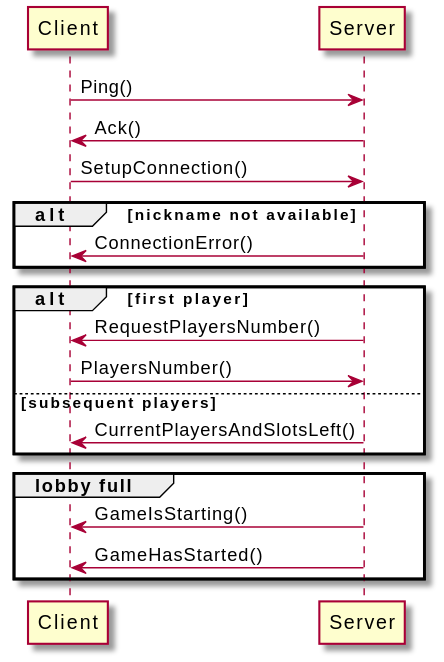
This is InitialSqDiagram/Connection.svg from marcofasa/ing-sw-2021-Fasanella-Maggioni-Manini, a PlantUML export, as it was before one commit.
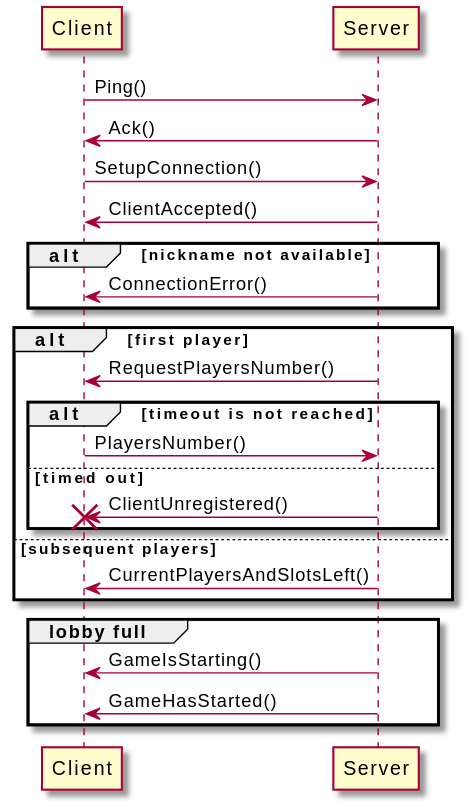
After the change.

The edit, as a diff of the source:
```diff
@@ -1,14 +1,23 @@
 @startuml
 Client-> Server: Ping()
+
 Client<- Server: Ack()
 Client-> Server: SetupConnection()
+Client<- Server: ClientAccepted()
 alt nickname not available
     Client<- Server: ConnectionError()
 end
 alt first player
 
     Client<- Server: RequestPlayersNumber()
+deactivate Client
+alt timeout is not reached
     Client-> Server: PlayersNumber()
+else timed out
+    Client<- Server: ClientUnregistered()
+destroy Client
+end
+activate Client
 else subsequent players
     Client<- Server: CurrentPlayersAndSlotsLeft()
 end
```
